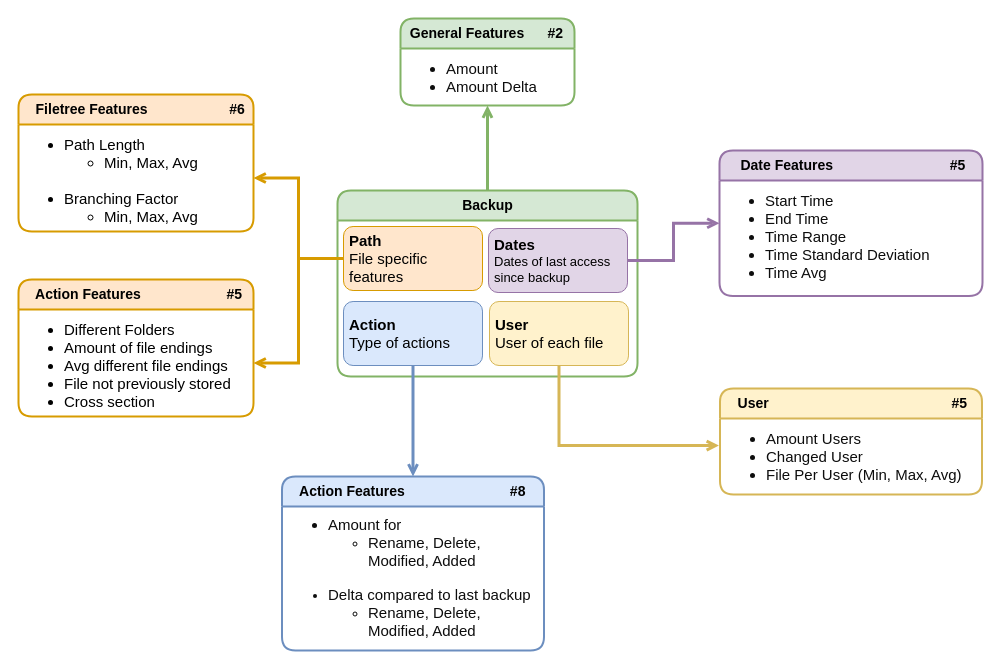
Earlier version of the draw.io diagram diagrams/FeatureOverview.drawio (Blaxzter/AI-RWTH-Internship). Source tidied: cells renumbered, new cells numbered last; positions are measured from the earlier drawing's top-left corner, leaving out a move shared by most shapes. Both pictures are drawn from the tidied source at 100%, with x=0, y=0 at pixel (18, 18).
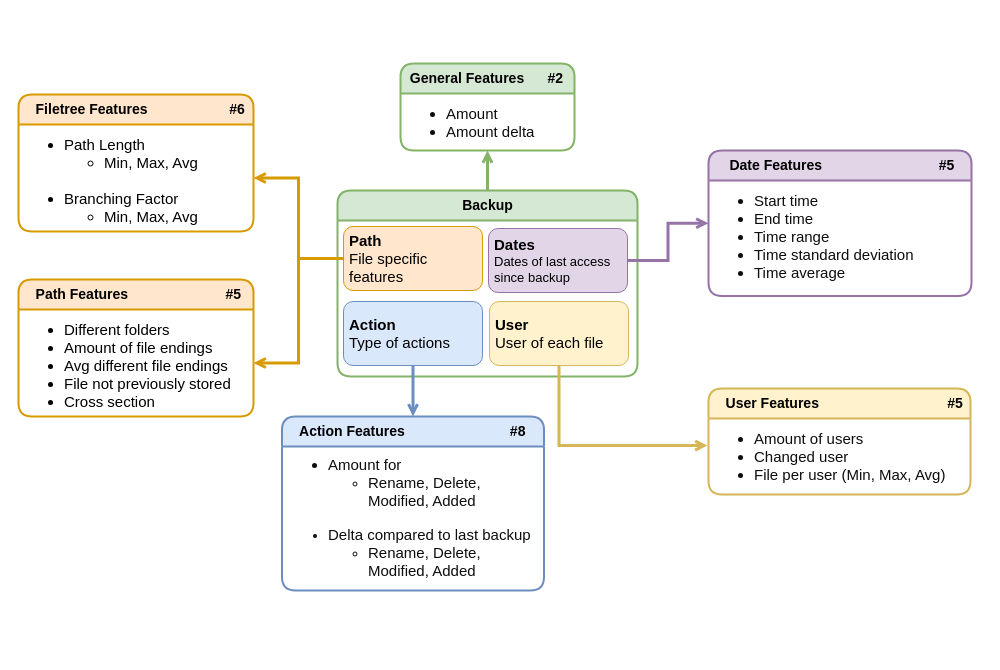
The same diagram, later.

What changed in the source:
```diff
@@
     <mxCell id="14" value="&lt;b&gt;&amp;nbsp; &amp;nbsp; &amp;nbsp;Date Features&amp;nbsp; &amp;nbsp; &amp;nbsp; &amp;nbsp; &amp;nbsp; &amp;nbsp; &amp;nbsp; &amp;nbsp; &amp;nbsp; &amp;nbsp; &amp;nbsp; &amp;nbsp; &amp;nbsp; &amp;nbsp; &amp;nbsp; #5&lt;/b&gt;" style="swimlane;horizontal=1;startSize=30;rounded=1;fontSize=14;fontStyle=0;strokeWidth=2;shadow=0;dashed=0;align=left;fillColor=#e1d5e7;strokeColor=#9673a6;html=1;" parent="1" vertex="1">
-      <mxGeometry x="701" y="132" width="263" height="145.5" as="geometry" />
+      <mxGeometry x="690" y="132" width="263" height="145.5" as="geometry" />
     </mxCell>
-    <mxCell id="15" value="&lt;font style=&quot;font-size: 15px&quot; color=&quot;#0d0d0d&quot;&gt;&lt;ul&gt;&lt;li&gt;&lt;font style=&quot;font-size: 15px ; line-height: 120%&quot;&gt;Start Time&lt;br&gt;&lt;/font&gt;&lt;/li&gt;&lt;li&gt;&lt;font style=&quot;font-size: 15px&quot;&gt;End Time&lt;br&gt;&lt;/font&gt;&lt;/li&gt;&lt;li&gt;&lt;font style=&quot;font-size: 15px&quot;&gt;Time Range&lt;br&gt;&lt;/font&gt;&lt;/li&gt;&lt;li&gt;&lt;font style=&quot;font-size: 15px&quot;&gt;Time Standard Deviation&lt;br&gt;&lt;/font&gt;&lt;/li&gt;&lt;li&gt;&lt;font style=&quot;font-size: 15px&quot;&gt;&lt;span style=&quot;background-color: transparent&quot;&gt;&lt;font style=&quot;font-size: 15px&quot;&gt;Time Avg&lt;/font&gt;&lt;/span&gt;&lt;/font&gt;&lt;/li&gt;&lt;/ul&gt;&lt;/font&gt;" style="align=left;strokeColor=none;fillColor=none;spacingLeft=4;fontSize=13;verticalAlign=top;fontStyle=0;html=1;spacingTop=-10;" parent="14" vertex="1">
+    <mxCell id="15" value="&lt;font style=&quot;font-size: 15px&quot; color=&quot;#0d0d0d&quot;&gt;&lt;ul&gt;&lt;li&gt;&lt;font style=&quot;font-size: 15px ; line-height: 120%&quot;&gt;Start time&lt;br&gt;&lt;/font&gt;&lt;/li&gt;&lt;li&gt;&lt;font style=&quot;font-size: 15px&quot;&gt;End time&lt;br&gt;&lt;/font&gt;&lt;/li&gt;&lt;li&gt;&lt;font style=&quot;font-size: 15px&quot;&gt;Time range&lt;br&gt;&lt;/font&gt;&lt;/li&gt;&lt;li&gt;&lt;font style=&quot;font-size: 15px&quot;&gt;Time standard deviation&lt;br&gt;&lt;/font&gt;&lt;/li&gt;&lt;li&gt;&lt;font style=&quot;font-size: 15px&quot;&gt;&lt;span style=&quot;background-color: transparent&quot;&gt;&lt;font style=&quot;font-size: 15px&quot;&gt;Time average&lt;/font&gt;&lt;/span&gt;&lt;/font&gt;&lt;/li&gt;&lt;/ul&gt;&lt;/font&gt;" style="align=left;strokeColor=none;fillColor=none;spacingLeft=4;fontSize=13;verticalAlign=top;fontStyle=0;html=1;spacingTop=-10;" parent="14" vertex="1">
       <mxGeometry y="30" width="263" height="115.5" as="geometry" />
     </mxCell>
-    <mxCell id="16" value="&lt;b&gt;&amp;nbsp; &amp;nbsp; User&amp;nbsp; &amp;nbsp; &amp;nbsp; &amp;nbsp; &amp;nbsp; &amp;nbsp; &amp;nbsp; &amp;nbsp; &amp;nbsp; &amp;nbsp; &amp;nbsp; &amp;nbsp; &amp;nbsp; &amp;nbsp; &amp;nbsp; &amp;nbsp; &amp;nbsp; &amp;nbsp; &amp;nbsp; &amp;nbsp; &amp;nbsp; &amp;nbsp; &amp;nbsp; &amp;nbsp;#5&lt;/b&gt;" style="swimlane;horizontal=1;startSize=30;rounded=1;fontSize=14;fontStyle=0;strokeWidth=2;shadow=0;dashed=0;align=left;fillColor=#fff2cc;strokeColor=#d6b656;html=1;" parent="1" vertex="1">
-      <mxGeometry x="701.5" y="370" width="262" height="106" as="geometry" />
+    <mxCell id="16" value="&lt;b&gt;&amp;nbsp; &amp;nbsp; User Features&amp;nbsp; &amp;nbsp; &amp;nbsp; &amp;nbsp; &amp;nbsp; &amp;nbsp; &amp;nbsp; &amp;nbsp; &amp;nbsp; &amp;nbsp; &amp;nbsp; &amp;nbsp; &amp;nbsp; &amp;nbsp; &amp;nbsp; &amp;nbsp; &amp;nbsp;#5&lt;/b&gt;" style="swimlane;horizontal=1;startSize=30;rounded=1;fontSize=14;fontStyle=0;strokeWidth=2;shadow=0;dashed=0;align=left;fillColor=#fff2cc;strokeColor=#d6b656;html=1;" parent="1" vertex="1">
+      <mxGeometry x="690" y="370" width="262" height="106" as="geometry" />
     </mxCell>
-    <mxCell id="17" value="&lt;font style=&quot;font-size: 15px&quot; color=&quot;#0d0d0d&quot;&gt;&lt;ul&gt;&lt;li&gt;&lt;font style=&quot;font-size: 15px&quot;&gt;Amount Users&lt;/font&gt;&lt;/li&gt;&lt;li&gt;&lt;font style=&quot;font-size: 15px&quot;&gt;&lt;span style=&quot;background-color: transparent&quot;&gt;Changed User&lt;/span&gt;&lt;span style=&quot;background-color: transparent&quot;&gt;&lt;/span&gt;&lt;/font&gt;&lt;/li&gt;&lt;li&gt;File Per User (Min, Max, Avg)&lt;/li&gt;&lt;/ul&gt;&lt;/font&gt;" style="align=left;strokeColor=none;fillColor=none;spacingLeft=4;fontSize=13;verticalAlign=top;fontStyle=0;html=1;spacingTop=-10;" parent="16" vertex="1">
+    <mxCell id="17" value="&lt;font style=&quot;font-size: 15px&quot; color=&quot;#0d0d0d&quot;&gt;&lt;ul&gt;&lt;li&gt;&lt;font style=&quot;font-size: 15px&quot;&gt;Amount of users&lt;/font&gt;&lt;/li&gt;&lt;li&gt;&lt;font style=&quot;font-size: 15px&quot;&gt;&lt;span style=&quot;background-color: transparent&quot;&gt;Changed user&lt;/span&gt;&lt;span style=&quot;background-color: transparent&quot;&gt;&lt;/span&gt;&lt;/font&gt;&lt;/li&gt;&lt;li&gt;File per user (Min, Max, Avg)&lt;/li&gt;&lt;/ul&gt;&lt;/font&gt;" style="align=left;strokeColor=none;fillColor=none;spacingLeft=4;fontSize=13;verticalAlign=top;fontStyle=0;html=1;spacingTop=-10;" parent="16" vertex="1">
       <mxGeometry y="30" width="262" height="76" as="geometry" />
     </mxCell>
     <mxCell id="18" value="&lt;b&gt;&amp;nbsp; &amp;nbsp; Action Features&amp;nbsp; &amp;nbsp; &amp;nbsp; &amp;nbsp; &amp;nbsp; &amp;nbsp; &amp;nbsp; &amp;nbsp; &amp;nbsp; &amp;nbsp; &amp;nbsp; &amp;nbsp; &amp;nbsp; &amp;nbsp;#8&lt;/b&gt;" style="swimlane;horizontal=1;startSize=30;rounded=1;fontSize=14;fontStyle=0;strokeWidth=2;shadow=0;dashed=0;align=left;fillColor=#dae8fc;strokeColor=#6c8ebf;html=1;" parent="1" vertex="1">
-      <mxGeometry x="263.5" y="458" width="262" height="174" as="geometry" />
+      <mxGeometry x="263.5" y="398" width="262" height="174" as="geometry" />
     </mxCell>
@@
-    <mxCell id="20" value="&lt;b&gt;&amp;nbsp; &amp;nbsp; Action Features&amp;nbsp; &amp;nbsp; &amp;nbsp; &amp;nbsp; &amp;nbsp; &amp;nbsp; &amp;nbsp; &amp;nbsp; &amp;nbsp; &amp;nbsp; &amp;nbsp; #5&lt;/b&gt;" style="swimlane;horizontal=1;startSize=30;rounded=1;fontSize=14;fontStyle=0;strokeWidth=2;shadow=0;dashed=0;align=left;fillColor=#ffe6cc;strokeColor=#d79b00;html=1;" parent="1" vertex="1">
+    <mxCell id="20" value="&lt;b&gt;&amp;nbsp; &amp;nbsp; Path Features&amp;nbsp; &amp;nbsp; &amp;nbsp; &amp;nbsp; &amp;nbsp; &amp;nbsp; &amp;nbsp; &amp;nbsp; &amp;nbsp; &amp;nbsp; &amp;nbsp; &amp;nbsp; &amp;nbsp;#5&lt;/b&gt;" style="swimlane;horizontal=1;startSize=30;rounded=1;fontSize=14;fontStyle=0;strokeWidth=2;shadow=0;dashed=0;align=left;fillColor=#ffe6cc;strokeColor=#d79b00;html=1;" parent="1" vertex="1">
       <mxGeometry y="261" width="235" height="137" as="geometry" />
     </mxCell>
-    <mxCell id="21" value="&lt;font style=&quot;font-size: 15px&quot;&gt;&lt;ul&gt;&lt;li&gt;&lt;font style=&quot;font-size: 15px&quot;&gt;Different Folders&lt;/font&gt;&lt;/li&gt;&lt;li&gt;&lt;font style=&quot;font-size: 15px&quot;&gt;&lt;span style=&quot;background-color: transparent&quot;&gt;Amount of file endings&lt;/span&gt;&lt;span style=&quot;background-color: transparent&quot;&gt;&lt;span style=&quot;background-color: transparent&quot;&gt;&lt;/span&gt;&lt;/span&gt;&lt;/font&gt;&lt;/li&gt;&lt;li&gt;&lt;font style=&quot;font-size: 15px&quot;&gt;Avg different file endings&lt;/font&gt;&lt;/li&gt;&lt;li&gt;&lt;font style=&quot;font-size: 15px&quot;&gt;File not previously stored&lt;/font&gt;&lt;/li&gt;&lt;li&gt;&lt;font style=&quot;font-size: 15px&quot;&gt;&lt;span style=&quot;background-color: transparent&quot;&gt;&lt;span style=&quot;background-color: transparent&quot;&gt;&lt;font style=&quot;font-size: 15px&quot;&gt;Cross section&lt;/font&gt;&lt;/span&gt;&lt;/span&gt;&lt;/font&gt;&lt;/li&gt;&lt;/ul&gt;&lt;/font&gt;" style="align=left;strokeColor=none;fillColor=none;spacingLeft=4;fontSize=13;verticalAlign=top;fontStyle=0;html=1;spacingTop=-10;" parent="20" vertex="1">
+    <mxCell id="21" value="&lt;font style=&quot;font-size: 15px&quot;&gt;&lt;ul&gt;&lt;li&gt;&lt;font style=&quot;font-size: 15px&quot;&gt;Different folders&lt;/font&gt;&lt;/li&gt;&lt;li&gt;&lt;font style=&quot;font-size: 15px&quot;&gt;&lt;span style=&quot;background-color: transparent&quot;&gt;Amount of file endings&lt;/span&gt;&lt;span style=&quot;background-color: transparent&quot;&gt;&lt;span style=&quot;background-color: transparent&quot;&gt;&lt;/span&gt;&lt;/span&gt;&lt;/font&gt;&lt;/li&gt;&lt;li&gt;&lt;font style=&quot;font-size: 15px&quot;&gt;Avg different file endings&lt;/font&gt;&lt;/li&gt;&lt;li&gt;&lt;font style=&quot;font-size: 15px&quot;&gt;File not previously stored&lt;/font&gt;&lt;/li&gt;&lt;li&gt;&lt;font style=&quot;font-size: 15px&quot;&gt;&lt;span style=&quot;background-color: transparent&quot;&gt;&lt;span style=&quot;background-color: transparent&quot;&gt;&lt;font style=&quot;font-size: 15px&quot;&gt;Cross section&lt;/font&gt;&lt;/span&gt;&lt;/span&gt;&lt;/font&gt;&lt;/li&gt;&lt;/ul&gt;&lt;/font&gt;" style="align=left;strokeColor=none;fillColor=none;spacingLeft=4;fontSize=13;verticalAlign=top;fontStyle=0;html=1;spacingTop=-10;" parent="20" vertex="1">
       <mxGeometry y="30" width="235" height="107" as="geometry" />
     </mxCell>
@@
     <mxCell id="24" value="&lt;b&gt;&amp;nbsp; General Features&amp;nbsp; &amp;nbsp; &amp;nbsp; #2&lt;/b&gt;" style="swimlane;horizontal=1;startSize=30;rounded=1;fontSize=14;fontStyle=0;strokeWidth=2;shadow=0;dashed=0;align=left;fillColor=#d5e8d4;strokeColor=#82b366;html=1;" parent="1" vertex="1">
-      <mxGeometry x="382" width="174" height="87" as="geometry" />
+      <mxGeometry x="382" y="45" width="174" height="87" as="geometry" />
     </mxCell>
-    <mxCell id="25" value="&lt;font style=&quot;font-size: 15px&quot; color=&quot;#0d0d0d&quot;&gt;&lt;ul&gt;&lt;li&gt;Amount&lt;/li&gt;&lt;li&gt;Amount Delta&lt;/li&gt;&lt;/ul&gt;&lt;/font&gt;" style="align=left;strokeColor=none;fillColor=none;spacingLeft=4;fontSize=13;verticalAlign=top;fontStyle=0;html=1;spacingTop=-10;" parent="24" vertex="1">
+    <mxCell id="25" value="&lt;font style=&quot;font-size: 15px&quot; color=&quot;#0d0d0d&quot;&gt;&lt;ul&gt;&lt;li&gt;Amount&lt;/li&gt;&lt;li&gt;Amount delta&lt;/li&gt;&lt;/ul&gt;&lt;/font&gt;" style="align=left;strokeColor=none;fillColor=none;spacingLeft=4;fontSize=13;verticalAlign=top;fontStyle=0;html=1;spacingTop=-10;" parent="24" vertex="1">
       <mxGeometry y="30" width="174" height="57" as="geometry" />
     </mxCell>
```
